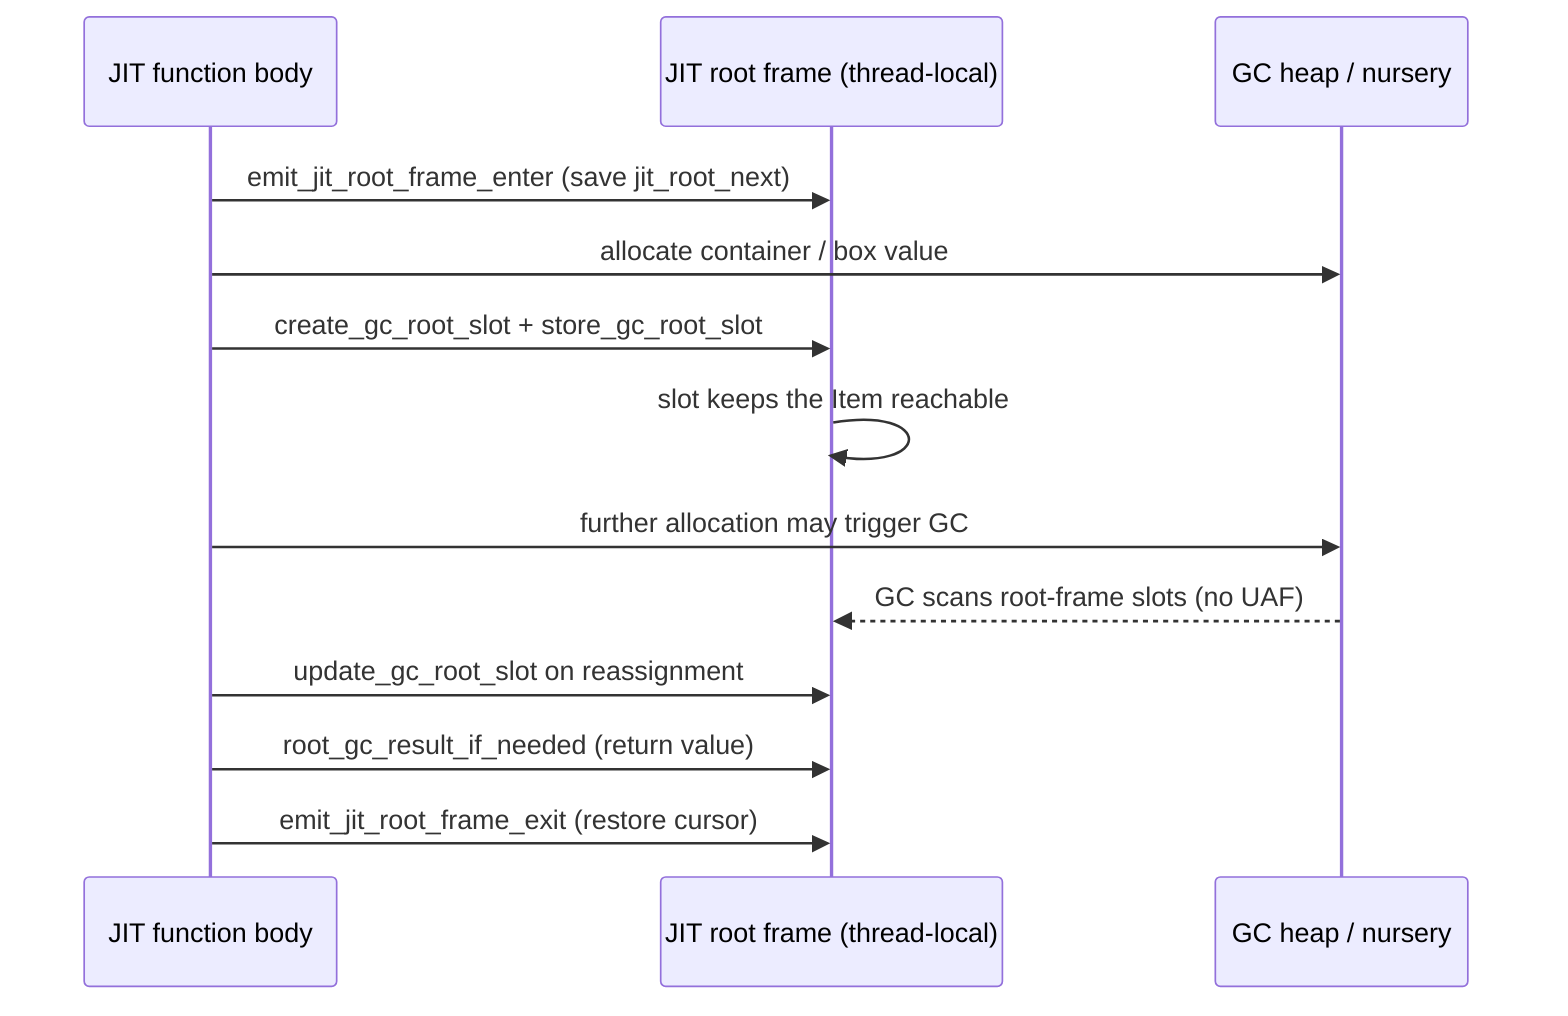
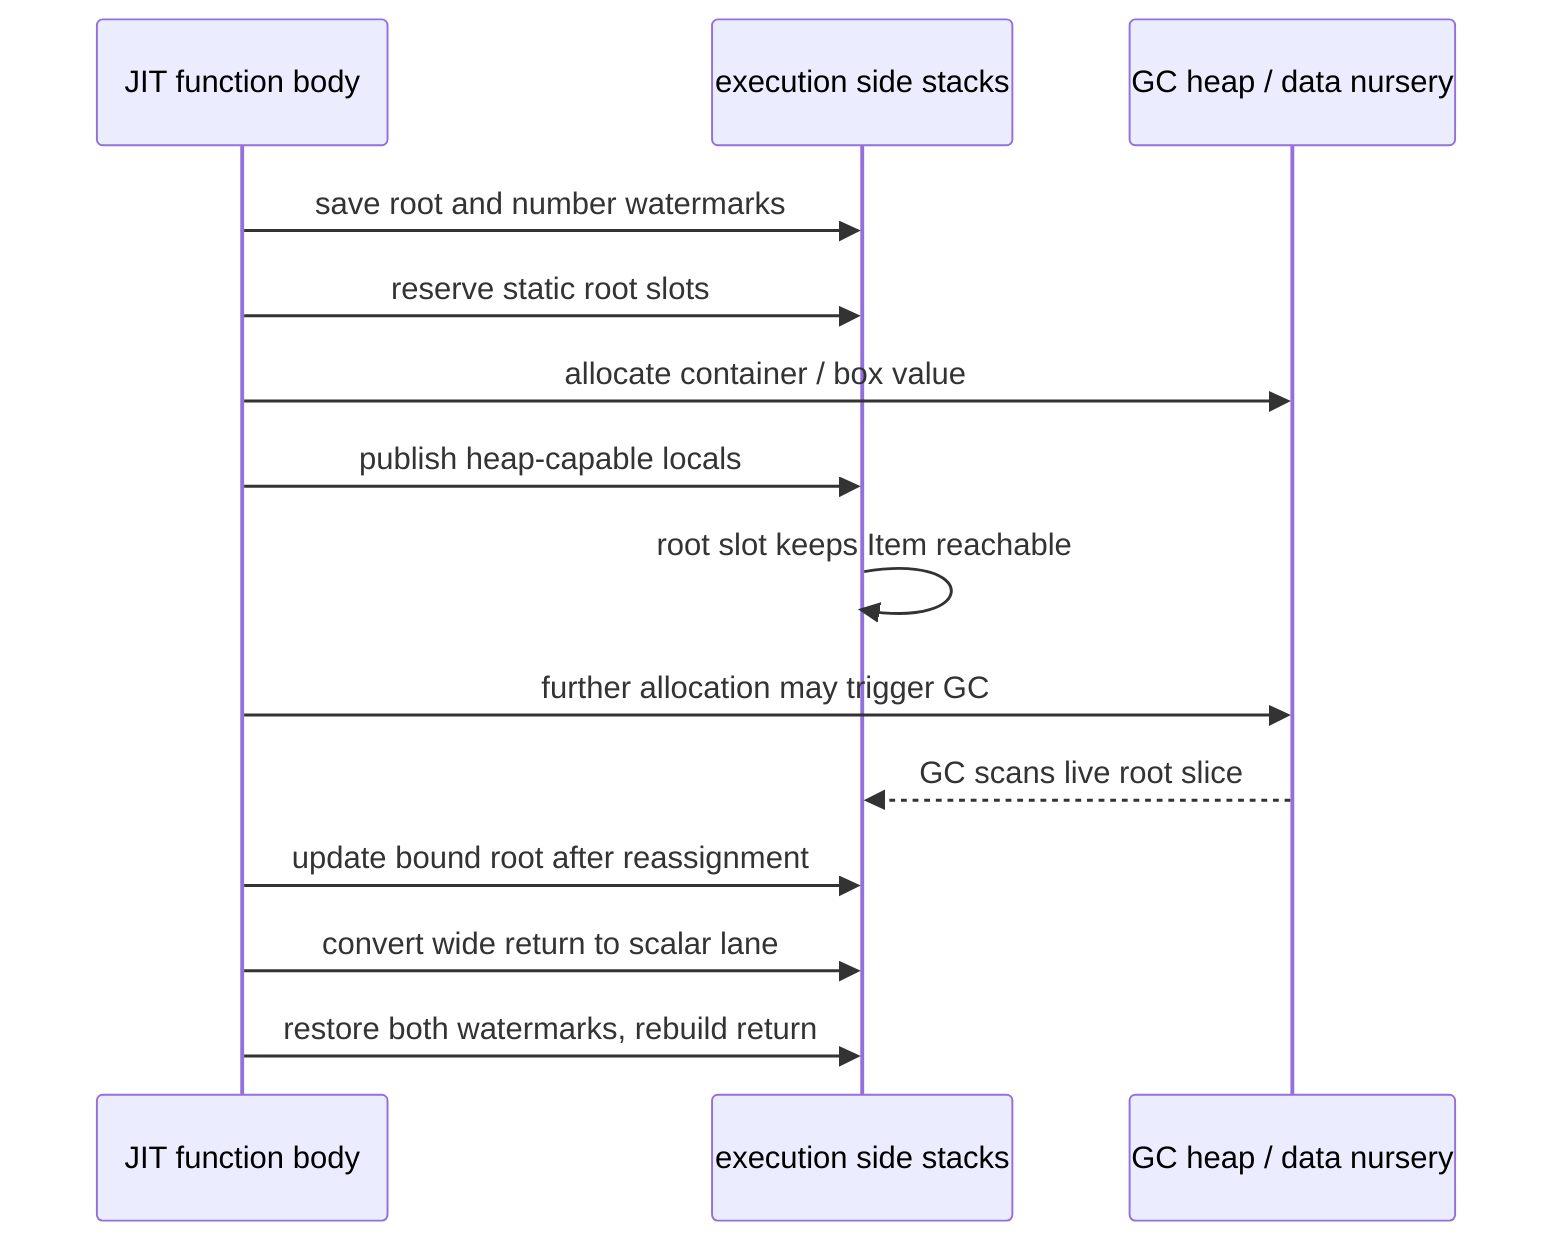
sequenceDiagram
  participant Caller as JIT function body
-   participant Frame as JIT root frame (thread-local)
-   participant Heap as GC heap / nursery
-   Caller->>Frame: emit_jit_root_frame_enter (save jit_root_next)
+   participant Frame as execution side stacks
+   participant Heap as GC heap / data nursery
+   Caller->>Frame: save root and number watermarks
+   Caller->>Frame: reserve static root slots
  Caller->>Heap: allocate container / box value
-   Caller->>Frame: create_gc_root_slot + store_gc_root_slot
-   Frame->>Frame: slot keeps the Item reachable
+   Caller->>Frame: publish heap-capable locals
+   Frame->>Frame: root slot keeps Item reachable
  Caller->>Heap: further allocation may trigger GC
-   Heap-->>Frame: GC scans root-frame slots (no UAF)
-   Caller->>Frame: update_gc_root_slot on reassignment
-   Caller->>Frame: root_gc_result_if_needed (return value)
-   Caller->>Frame: emit_jit_root_frame_exit (restore cursor)
+   Heap-->>Frame: GC scans live root slice
+   Caller->>Frame: update bound root after reassignment
+   Caller->>Frame: convert wide return to scalar lane
+   Caller->>Frame: restore both watermarks, rebuild return
